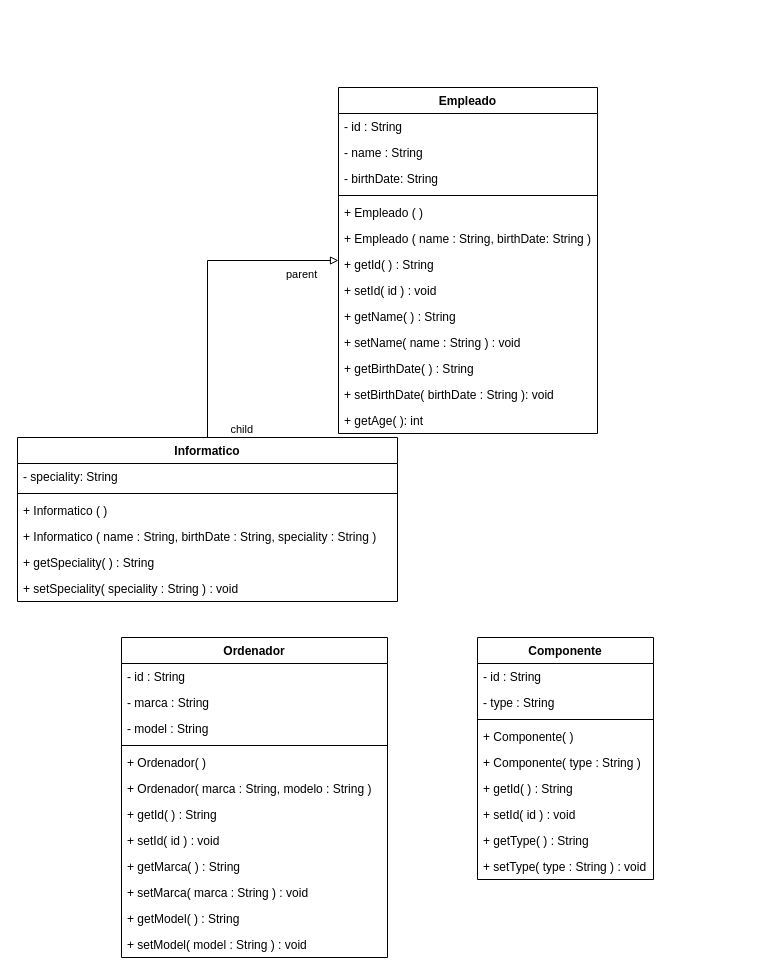
Before: PRO/03-Tarea/03-Tarea-01_1.drawio in soyHiwan/DAM-Cesur, a draw.io diagram. Source tidied: cells renumbered, new cells numbered last; positions are measured from the earlier drawing's top-left corner, leaving out a move shared by most shapes. Both pictures are drawn from the tidied source at 100%, with x=0, y=0 at pixel (17, 87).
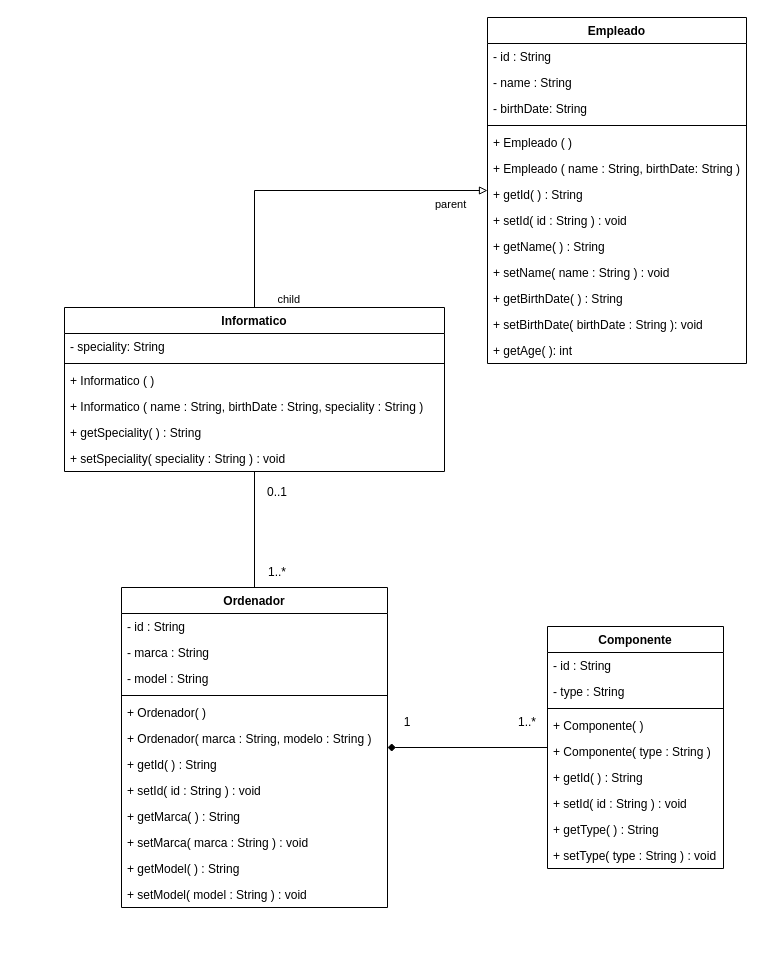
After the change.

Change to the diagram source:
```diff
@@
     <mxCell id="2" value="Empleado" style="swimlane;fontStyle=1;align=center;verticalAlign=top;horizontal=1;startSize=26;whiteSpace=wrap;html=1;" parent="1" vertex="1">
-      <mxGeometry x="321" width="259" height="346" as="geometry" />
+      <mxGeometry x="470" y="-70" width="259" height="346" as="geometry" />
     </mxCell>
@@
-    <mxCell id="10" value="+ setId( id ) : void" style="text;strokeColor=none;fillColor=none;align=left;verticalAlign=top;spacingLeft=4;spacingRight=4;overflow=hidden;whiteSpace=wrap;html=1;" parent="2" vertex="1">
+    <mxCell id="10" value="+ setId( id : String ) : void" style="text;strokeColor=none;fillColor=none;align=left;verticalAlign=top;spacingLeft=4;spacingRight=4;overflow=hidden;whiteSpace=wrap;html=1;" parent="2" vertex="1">
       <mxGeometry y="190" width="259" height="26" as="geometry" />
     </mxCell>
@@
     <mxCell id="16" value="Informatico" style="swimlane;fontStyle=1;align=center;verticalAlign=top;horizontal=1;startSize=26;whiteSpace=wrap;html=1;" parent="1" vertex="1">
-      <mxGeometry y="350" width="380" height="164" as="geometry" />
+      <mxGeometry x="47" y="220" width="380" height="164" as="geometry" />
     </mxCell>
@@
     <mxCell id="26" value="Ordenador" style="swimlane;fontStyle=1;align=center;verticalAlign=top;horizontal=1;startSize=26;whiteSpace=wrap;html=1;" parent="1" vertex="1">
-      <mxGeometry x="104" y="550" width="266" height="320" as="geometry" />
+      <mxGeometry x="104" y="500" width="266" height="320" as="geometry" />
     </mxCell>
@@
+    <mxCell id="34" value="+ getId( ) : String" style="text;strokeColor=none;fillColor=none;align=left;verticalAlign=top;spacingLeft=4;spacingRight=4;overflow=hidden;whiteSpace=wrap;html=1;" parent="26" vertex="1">
+      <mxGeometry y="164" width="266" height="26" as="geometry" />
+    </mxCell>
-    <mxCell id="33" value="+ getId( ) : String" style="text;strokeColor=none;fillColor=none;align=left;verticalAlign=top;spacingLeft=4;spacingRight=4;overflow=hidden;whiteSpace=wrap;html=1;" parent="26" vertex="1">
-      <mxGeometry y="164" width="266" height="26" as="geometry" />
+    <mxCell id="33" value="+ setId( id : String ) : void" style="text;strokeColor=none;fillColor=none;align=left;verticalAlign=top;spacingLeft=4;spacingRight=4;overflow=hidden;whiteSpace=wrap;html=1;" parent="26" vertex="1">
+      <mxGeometry y="190" width="266" height="26" as="geometry" />
     </mxCell>
-    <mxCell id="34" value="+ setId( id ) : void" style="text;strokeColor=none;fillColor=none;align=left;verticalAlign=top;spacingLeft=4;spacingRight=4;overflow=hidden;whiteSpace=wrap;html=1;" parent="26" vertex="1">
-      <mxGeometry y="190" width="266" height="26" as="geometry" />
-    </mxCell>
@@
     <mxCell id="39" value="Componente" style="swimlane;fontStyle=1;align=center;verticalAlign=top;horizontal=1;startSize=26;whiteSpace=wrap;html=1;" parent="1" vertex="1">
-      <mxGeometry x="460" y="550" width="176" height="242" as="geometry" />
+      <mxGeometry x="530" y="539" width="176" height="242" as="geometry" />
     </mxCell>
@@
+    <mxCell id="46" value="+ getId( ) : String" style="text;strokeColor=none;fillColor=none;align=left;verticalAlign=top;spacingLeft=4;spacingRight=4;overflow=hidden;whiteSpace=wrap;html=1;" parent="39" vertex="1">
+      <mxGeometry y="138" width="176" height="26" as="geometry" />
+    </mxCell>
-    <mxCell id="45" value="+ getId( ) : String" style="text;strokeColor=none;fillColor=none;align=left;verticalAlign=top;spacingLeft=4;spacingRight=4;overflow=hidden;whiteSpace=wrap;html=1;" parent="39" vertex="1">
-      <mxGeometry y="138" width="176" height="26" as="geometry" />
+    <mxCell id="45" value="+ setId( id : String ) : void" style="text;strokeColor=none;fillColor=none;align=left;verticalAlign=top;spacingLeft=4;spacingRight=4;overflow=hidden;whiteSpace=wrap;html=1;" parent="39" vertex="1">
+      <mxGeometry y="164" width="176" height="26" as="geometry" />
     </mxCell>
-    <mxCell id="46" value="+ setId( id ) : void" style="text;strokeColor=none;fillColor=none;align=left;verticalAlign=top;spacingLeft=4;spacingRight=4;overflow=hidden;whiteSpace=wrap;html=1;" parent="39" vertex="1">
-      <mxGeometry y="164" width="176" height="26" as="geometry" />
-    </mxCell>
@@
+    <mxCell id="49" style="endArrow=none;html=1;rounded=0;defaultLabelBackgroundColor=page;labelPadding=0 4;exitX=0.5;exitY=0;exitDx=0;exitDy=0;" parent="1" edge="1" source="26" target="16">
+      <mxGeometry relative="1" as="geometry" />
+    </mxCell>
+    <mxCell id="50" style="edgeStyle=orthogonalEdgeStyle;rounded=0;jettySize=auto;html=1;exitX=1;exitY=0.5;exitDx=0;exitDy=0;defaultLabelBackgroundColor=page;labelPadding=0 4;startArrow=diamond;startFill=1;endArrow=none;endFill=0;" parent="1" edge="1" source="26" target="39">
+      <mxGeometry relative="1" as="geometry" />
+    </mxCell>
+    <mxCell id="51" value="0..1" style="text;html=1;whiteSpace=wrap;strokeColor=none;fillColor=none;align=center;verticalAlign=middle;rounded=0;" parent="1" vertex="1">
+      <mxGeometry x="240" y="390" width="40" height="30" as="geometry" />
+    </mxCell>
+    <mxCell id="52" value="1..*" style="text;html=1;whiteSpace=wrap;strokeColor=none;fillColor=none;align=center;verticalAlign=middle;rounded=0;" parent="1" vertex="1">
+      <mxGeometry x="240" y="470" width="40" height="30" as="geometry" />
+    </mxCell>
+    <mxCell id="53" value="1" style="text;html=1;whiteSpace=wrap;strokeColor=none;fillColor=none;align=center;verticalAlign=middle;rounded=0;" parent="1" vertex="1">
+      <mxGeometry x="370" y="620" width="40" height="30" as="geometry" />
+    </mxCell>
+    <mxCell id="54" value="1..*" style="text;html=1;whiteSpace=wrap;strokeColor=none;fillColor=none;align=center;verticalAlign=middle;rounded=0;" parent="1" vertex="1">
+      <mxGeometry x="490" y="620" width="40" height="30" as="geometry" />
+    </mxCell>
```
